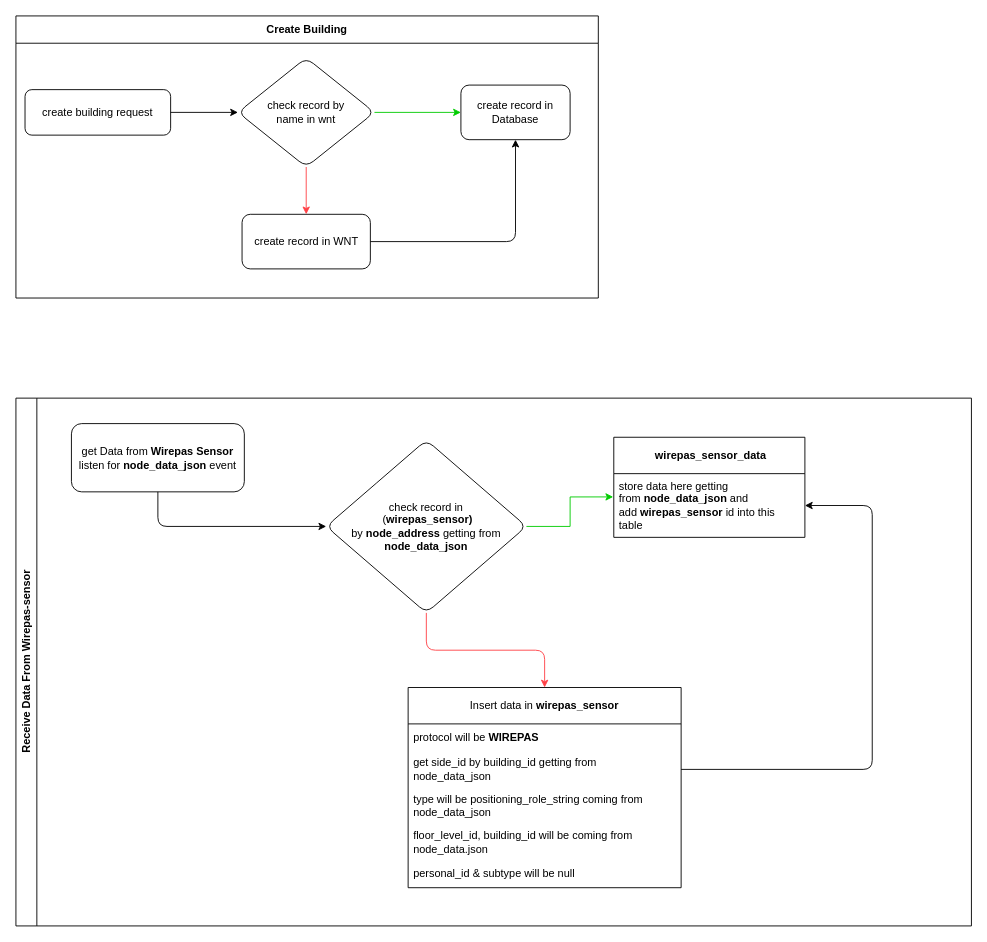
Zeshan-Shakil/iot-core-diagrams keeps this draw.io diagram as Untitled Diagram.drawio. Above is the earlier version. Source tidied: cells renumbered, new cells numbered last; positions are measured from the earlier drawing's top-left corner, leaving out a move shared by most shapes. Both pictures are drawn from the tidied source at 91%, with x=0, y=0 at pixel (15, 15).
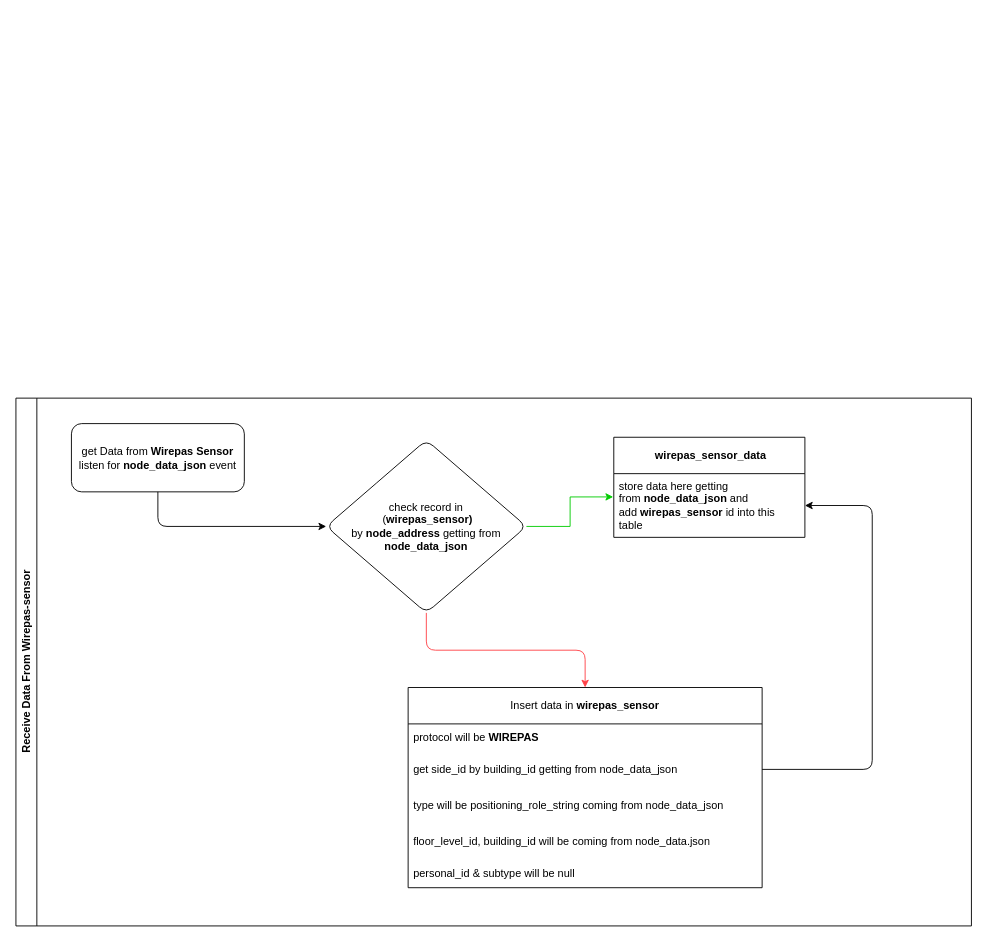
Above is the later version.

The change refers to these unchanged cells:
```xml
<mxCell id="12" value="Receive Data From Wirepas-sensor" style="swimlane;horizontal=0;whiteSpace=wrap;html=1;" parent="1" vertex="1">
  <mxGeometry y="420" width="1050" height="580" as="geometry" />
</mxCell>
```

What changed in the source:
```diff
@@
-    <mxCell id="2" value="Create Building" style="swimlane;whiteSpace=wrap;html=1;startSize=30;" parent="1" vertex="1">
-      <mxGeometry width="640" height="310" as="geometry" />
-    </mxCell>
-    <mxCell id="3" value="check record by &lt;br&gt;name&amp;nbsp;in wnt" style="rhombus;whiteSpace=wrap;html=1;rounded=1;" parent="2" vertex="1">
-      <mxGeometry x="244" y="46" width="150" height="120" as="geometry" />
-    </mxCell>
-    <mxCell id="4" value="create building request" style="rounded=1;whiteSpace=wrap;html=1;" parent="2" vertex="1">
-      <mxGeometry x="10" y="81" width="160" height="50" as="geometry" />
-    </mxCell>
-    <mxCell id="5" style="edgeStyle=orthogonalEdgeStyle;rounded=0;jettySize=auto;html=1;entryX=0;entryY=0.5;entryDx=0;entryDy=0;" parent="2" edge="1" source="4" target="3">
-      <mxGeometry relative="1" as="geometry" />
-    </mxCell>
-    <mxCell id="6" value="create record in Database" style="whiteSpace=wrap;html=1;rounded=1;" parent="2" vertex="1">
-      <mxGeometry x="489" y="76" width="120" height="60" as="geometry" />
-    </mxCell>
-    <mxCell id="7" style="edgeStyle=orthogonalEdgeStyle;rounded=0;jettySize=auto;html=1;strokeColor=#00CC00;" parent="2" edge="1" source="3" target="6">
-      <mxGeometry relative="1" as="geometry" />
-    </mxCell>
-    <mxCell id="8" value="create record in WNT" style="whiteSpace=wrap;html=1;rounded=1;" parent="2" vertex="1">
-      <mxGeometry x="248.5" y="218" width="141" height="60" as="geometry" />
-    </mxCell>
-    <mxCell id="9" style="edgeStyle=orthogonalEdgeStyle;rounded=0;jettySize=auto;html=1;strokeColor=#FF4046;" parent="2" edge="1" source="3" target="8">
-      <mxGeometry relative="1" as="geometry" />
-    </mxCell>
-    <mxCell id="10" style="edgeStyle=orthogonalEdgeStyle;rounded=1;jettySize=auto;html=1;entryX=0.5;entryY=1;entryDx=0;entryDy=0;strokeColor=none;" parent="2" edge="1" source="8" target="6">
-      <mxGeometry relative="1" as="geometry" />
-    </mxCell>
-    <mxCell id="11" style="edgeStyle=orthogonalEdgeStyle;rounded=1;jettySize=auto;html=1;entryX=0.5;entryY=1;entryDx=0;entryDy=0;" parent="2" edge="1" source="8" target="6">
-      <mxGeometry relative="1" as="geometry" />
-    </mxCell>
@@
     <mxCell id="18" value="Insert data in &lt;b&gt;wirepas_sensor&lt;/b&gt;" style="swimlane;fontStyle=0;horizontal=1;startSize=40;whiteSpace=wrap;html=1;strokeWidth=1;" parent="12" vertex="1">
-      <mxGeometry x="431" y="318" width="300" height="220" as="geometry" />
+      <mxGeometry x="431" y="318" width="389" height="220" as="geometry" />
     </mxCell>
     <mxCell id="19" value="protocol will be &lt;b&gt;WIREPAS&lt;/b&gt;" style="text;strokeColor=none;fillColor=none;align=left;verticalAlign=middle;spacingLeft=4;spacingRight=4;overflow=hidden;whiteSpace=wrap;html=1;" parent="18" vertex="1">
-      <mxGeometry y="40" width="300" height="30" as="geometry" />
+      <mxGeometry y="40" width="389" height="30" as="geometry" />
     </mxCell>
     <mxCell id="20" value="get side_id by building_id getting from node_data_json" style="text;strokeColor=none;fillColor=none;align=left;verticalAlign=middle;spacingLeft=4;spacingRight=4;overflow=hidden;points=[[0,0.5],[1,0.5]];portConstraint=eastwest;whiteSpace=wrap;html=1;" parent="18" vertex="1">
-      <mxGeometry y="70" width="300" height="40" as="geometry" />
+      <mxGeometry y="70" width="389" height="40" as="geometry" />
     </mxCell>
     <mxCell id="21" value="type will be positioning_role_string coming from node_data_json" style="text;strokeColor=none;fillColor=none;align=left;verticalAlign=middle;spacingLeft=4;spacingRight=4;overflow=hidden;whiteSpace=wrap;html=1;" parent="18" vertex="1">
-      <mxGeometry y="110" width="300" height="40" as="geometry" />
+      <mxGeometry y="110" width="389" height="40" as="geometry" />
     </mxCell>
     <mxCell id="22" value="floor_level_id, building_id will be coming from node_data.json" style="text;strokeColor=none;fillColor=none;align=left;verticalAlign=middle;spacingLeft=4;spacingRight=4;overflow=hidden;whiteSpace=wrap;html=1;" parent="18" vertex="1">
-      <mxGeometry y="150" width="300" height="40" as="geometry" />
+      <mxGeometry y="150" width="389" height="40" as="geometry" />
     </mxCell>
     <mxCell id="23" value="personal_id &amp;amp; subtype will be null" style="text;strokeColor=none;fillColor=none;align=left;verticalAlign=middle;spacingLeft=4;spacingRight=4;overflow=hidden;whiteSpace=wrap;html=1;" parent="18" vertex="1">
-      <mxGeometry y="190" width="300" height="30" as="geometry" />
+      <mxGeometry y="190" width="389" height="30" as="geometry" />
     </mxCell>
```
